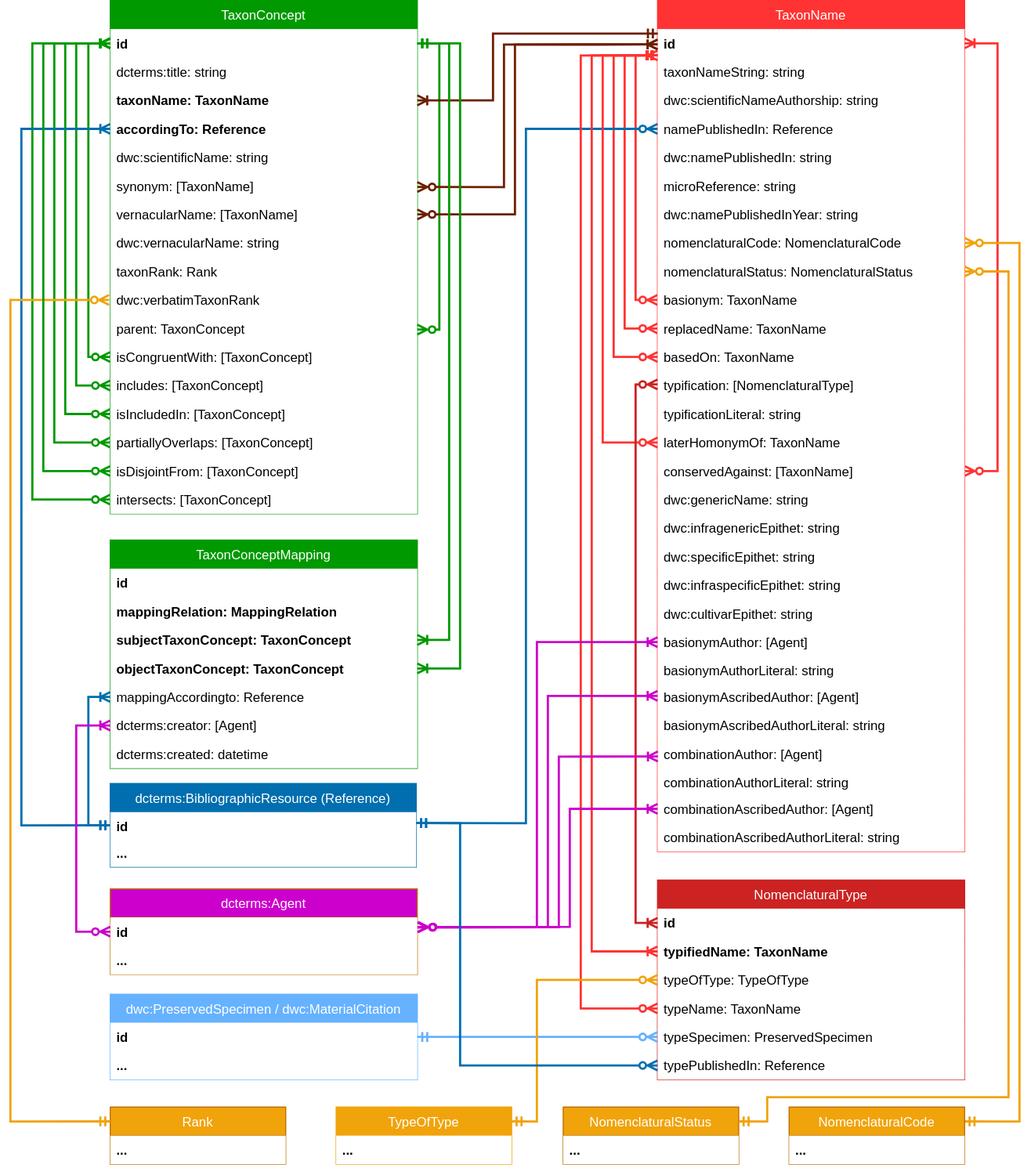
This is docs/media/tcs-diagram.drawio.svg from tdwg/tcs2, a draw.io export, as it was before one commit. Source tidied: cells renumbered, new cells last; positions are measured from the earlier drawing's top-left corner, leaving out a move shared by most shapes.
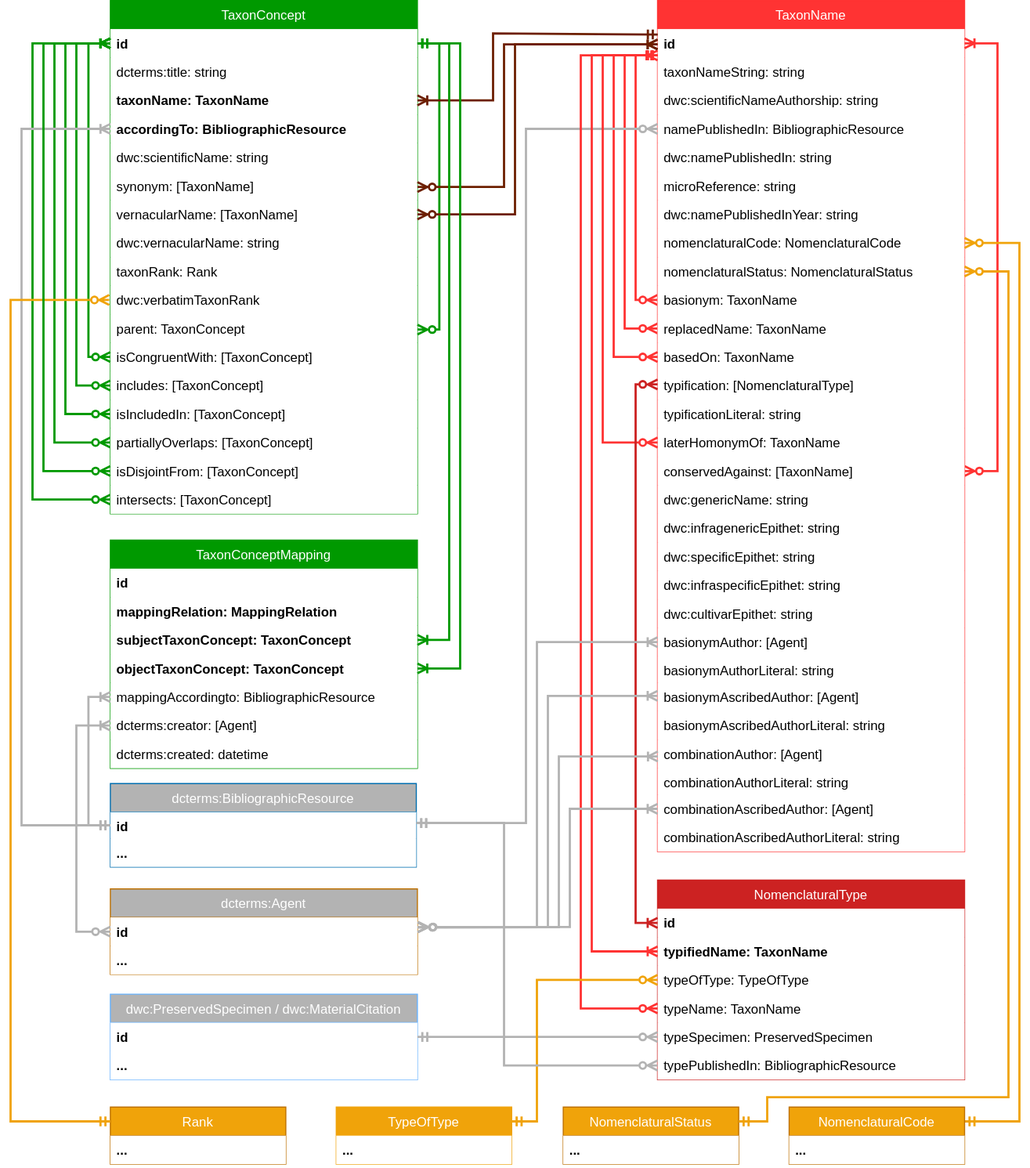
Above is the later version.

Diff of the diagram source:
```diff
@@ -14,7 +14,7 @@
     <mxCell id="5" value="taxonName: TaxonName" style="text;strokeColor=none;align=left;verticalAlign=top;spacingLeft=4;spacingRight=4;overflow=hidden;points=[[0,0.5],[1,0.5]];portConstraint=eastwest;fillColor=#ffffff;fontStyle=1;" parent="2" vertex="1">
       <mxGeometry y="78" width="280" height="26" as="geometry" />
     </mxCell>
-    <mxCell id="6" value="accordingTo: Reference" style="text;strokeColor=none;align=left;verticalAlign=top;spacingLeft=4;spacingRight=4;overflow=hidden;fillColor=#ffffff;fontStyle=1;" parent="2" vertex="1">
+    <mxCell id="6" value="accordingTo: BibliographicResource" style="text;strokeColor=none;align=left;verticalAlign=top;spacingLeft=4;spacingRight=4;overflow=hidden;fillColor=#ffffff;fontStyle=1;" parent="2" vertex="1">
       <mxGeometry y="104" width="280" height="26" as="geometry" />
     </mxCell>
     <mxCell id="7" value="dwc:scientificName: string" style="text;strokeColor=none;align=left;verticalAlign=top;spacingLeft=4;spacingRight=4;overflow=hidden;fillColor=#ffffff;" parent="2" vertex="1">
@@ -117,7 +117,7 @@
     <mxCell id="29" value="dwc:scientificNameAuthorship: string" style="text;strokeColor=none;align=left;verticalAlign=top;spacingLeft=4;spacingRight=4;overflow=hidden;fillColor=#ffffff;" parent="26" vertex="1">
       <mxGeometry y="78" width="280" height="26" as="geometry" />
     </mxCell>
-    <mxCell id="30" value="namePublishedIn: Reference" style="text;strokeColor=none;align=left;verticalAlign=top;spacingLeft=4;spacingRight=4;overflow=hidden;points=[[0,0.5],[1,0.5]];portConstraint=eastwest;fillColor=#ffffff;" parent="26" vertex="1">
+    <mxCell id="30" value="namePublishedIn: BibliographicResource" style="text;strokeColor=none;align=left;verticalAlign=top;spacingLeft=4;spacingRight=4;overflow=hidden;points=[[0,0.5],[1,0.5]];portConstraint=eastwest;fillColor=#ffffff;" parent="26" vertex="1">
       <mxGeometry y="104" width="280" height="26" as="geometry" />
     </mxCell>
     <mxCell id="31" value="dwc:namePublishedIn: string" style="text;strokeColor=none;align=left;verticalAlign=top;spacingLeft=4;spacingRight=4;overflow=hidden;fillColor=#ffffff;" parent="26" vertex="1">
@@ -229,7 +229,7 @@
     <mxCell id="59" value="combinationAscribedAuthorLiteral: string" style="text;strokeColor=none;align=left;verticalAlign=top;spacingLeft=4;spacingRight=4;overflow=hidden;fillColor=#ffffff;" parent="26" vertex="1">
       <mxGeometry y="750" width="280" height="26" as="geometry" />
     </mxCell>
-    <mxCell id="60" value="dwc:PreservedSpecimen / dwc:MaterialCitation" style="swimlane;fontStyle=0;horizontal=1;startSize=26;fillColor=#66B2FF;strokeWidth=1;fontColor=#ffffff;strokeColor=#66B2FF;" parent="1" vertex="1">
+    <mxCell id="60" value="dwc:PreservedSpecimen / dwc:MaterialCitation" style="swimlane;fontStyle=0;horizontal=1;startSize=26;fillColor=#B3B3B3;strokeWidth=1;fontColor=#ffffff;strokeColor=#66B2FF;" parent="1" vertex="1">
       <mxGeometry x="91" y="906" width="280" height="78" as="geometry" />
     </mxCell>
     <mxCell id="61" value="id" style="text;strokeColor=none;align=left;verticalAlign=top;spacingLeft=4;spacingRight=4;overflow=hidden;fontStyle=1;fillColor=#ffffff;" parent="60" vertex="1">
@@ -256,7 +256,7 @@
     <mxCell id="68" value="typeSpecimen: PreservedSpecimen" style="text;strokeColor=none;align=left;verticalAlign=top;spacingLeft=4;spacingRight=4;overflow=hidden;points=[[0,0.5],[1,0.5]];portConstraint=eastwest;fillColor=#ffffff;" parent="63" vertex="1">
       <mxGeometry y="130" width="280" height="26" as="geometry" />
     </mxCell>
-    <mxCell id="69" value="typePublishedIn: Reference" style="text;strokeColor=none;align=left;verticalAlign=top;spacingLeft=4;spacingRight=4;overflow=hidden;points=[[0,0.5],[1,0.5]];portConstraint=eastwest;fillColor=#ffffff;" parent="63" vertex="1">
+    <mxCell id="69" value="typePublishedIn: BibliographicResource" style="text;strokeColor=none;align=left;verticalAlign=top;spacingLeft=4;spacingRight=4;overflow=hidden;points=[[0,0.5],[1,0.5]];portConstraint=eastwest;fillColor=#ffffff;" parent="63" vertex="1">
       <mxGeometry y="156" width="280" height="26" as="geometry" />
     </mxCell>
     <mxCell id="70" value="Rank" style="swimlane;fontStyle=0;horizontal=1;startSize=26;fillColor=#f0a30a;strokeWidth=1;fontSize=12;strokeColor=#BD7000;fontColor=#ffffff;" parent="1" vertex="1">
@@ -287,7 +287,7 @@
         </Array>
       </mxGeometry>
     </mxCell>
-    <mxCell id="77" style="edgeStyle=orthogonalEdgeStyle;rounded=0;jettySize=auto;html=1;entryX=0;entryY=0.5;entryDx=0;entryDy=0;startArrow=ERoneToMany;endArrow=ERmandOne;strokeColor=#006EAF;strokeWidth=2;exitX=0;exitY=0.25;exitDx=0;exitDy=0;startFill=0;" parent="1" edge="1" source="2" target="83">
+    <mxCell id="77" style="edgeStyle=orthogonalEdgeStyle;rounded=0;jettySize=auto;html=1;entryX=0;entryY=0.5;entryDx=0;entryDy=0;startArrow=ERoneToMany;endArrow=ERmandOne;strokeColor=#B3B3B3;strokeWidth=2;exitX=0;exitY=0.25;exitDx=0;exitDy=0;startFill=0;" parent="1" edge="1" source="2" target="83">
       <mxGeometry relative="1" as="geometry">
         <Array as="points">
           <mxPoint x="10" y="117" />
@@ -295,7 +295,7 @@
         </Array>
       </mxGeometry>
     </mxCell>
-    <mxCell id="78" style="edgeStyle=orthogonalEdgeStyle;rounded=0;jettySize=auto;html=1;startArrow=ERzeroToMany;endArrow=ERmandOne;exitX=0;exitY=0.5;exitDx=0;exitDy=0;strokeColor=#006EAF;strokeWidth=2;" parent="1" edge="1" source="30">
+    <mxCell id="78" style="edgeStyle=orthogonalEdgeStyle;rounded=0;jettySize=auto;html=1;startArrow=ERzeroToMany;endArrow=ERmandOne;exitX=0;exitY=0.5;exitDx=0;exitDy=0;strokeColor=#B3B3B3;strokeWidth=2;" parent="1" edge="1" source="30">
       <mxGeometry relative="1" as="geometry">
         <mxPoint x="370" y="750" as="targetPoint" />
         <Array as="points">
@@ -322,7 +322,7 @@
         </Array>
       </mxGeometry>
     </mxCell>
-    <mxCell id="81" style="edgeStyle=orthogonalEdgeStyle;rounded=0;jettySize=auto;html=1;entryX=1;entryY=0.5;entryDx=0;entryDy=0;startArrow=ERzeroToMany;endArrow=ERmandOne;strokeColor=#66B2FF;strokeWidth=2;exitX=0;exitY=0.5;exitDx=0;exitDy=0;" parent="1" edge="1" source="68" target="60">
+    <mxCell id="81" style="edgeStyle=orthogonalEdgeStyle;rounded=0;jettySize=auto;html=1;entryX=1;entryY=0.5;entryDx=0;entryDy=0;startArrow=ERzeroToMany;endArrow=ERmandOne;strokeColor=#B3B3B3;strokeWidth=2;exitX=0;exitY=0.5;exitDx=0;exitDy=0;" parent="1" edge="1" source="68" target="60">
       <mxGeometry relative="1" as="geometry" />
     </mxCell>
     <mxCell id="82" style="edgeStyle=orthogonalEdgeStyle;rounded=0;jettySize=auto;html=1;strokeColor=#F0A30A;strokeWidth=2;endFill=0;startFill=0;startArrow=ERzeroToMany;endArrow=ERmandOne;entryX=1;entryY=0.25;entryDx=0;entryDy=0;exitX=0;exitY=0.5;exitDx=0;exitDy=0;" parent="1" edge="1" source="63" target="74">
@@ -333,7 +333,7 @@
         </Array>
       </mxGeometry>
     </mxCell>
-    <mxCell id="83" value="dcterms:BibliographicResource (Reference)" style="swimlane;fontStyle=0;horizontal=1;startSize=26;strokeWidth=1;strokeColor=#006EAF;fontColor=#ffffff;fillColor=#006EAF;" parent="1" vertex="1">
+    <mxCell id="83" value="dcterms:BibliographicResource" style="swimlane;fontStyle=0;horizontal=1;startSize=26;strokeWidth=1;strokeColor=#006EAF;fontColor=#ffffff;fillColor=#B3B3B3;" parent="1" vertex="1">
       <mxGeometry x="91" y="714" width="279" height="76" as="geometry" />
     </mxCell>
     <mxCell id="84" value="id" style="text;strokeColor=none;align=left;verticalAlign=top;spacingLeft=4;spacingRight=4;overflow=hidden;points=[[0,0.5],[1,0.5]];portConstraint=eastwest;fontStyle=1;fillColor=#ffffff;" parent="83" vertex="1">
@@ -409,7 +409,7 @@
     <mxCell id="97" value="objectTaxonConcept: TaxonConcept" style="text;strokeColor=none;align=left;verticalAlign=top;spacingLeft=4;spacingRight=4;overflow=hidden;points=[[0,0.5],[1,0.5]];portConstraint=eastwest;fillColor=#ffffff;fontStyle=1;" parent="93" vertex="1">
       <mxGeometry y="104" width="280" height="26" as="geometry" />
     </mxCell>
-    <mxCell id="98" value="mappingAccordingto: Reference" style="text;strokeColor=none;align=left;verticalAlign=top;spacingLeft=4;spacingRight=4;overflow=hidden;points=[[0,0.5],[1,0.5]];portConstraint=eastwest;fillColor=#ffffff;fontStyle=0;" parent="93" vertex="1">
+    <mxCell id="98" value="mappingAccordingto: BibliographicResource" style="text;strokeColor=none;align=left;verticalAlign=top;spacingLeft=4;spacingRight=4;overflow=hidden;points=[[0,0.5],[1,0.5]];portConstraint=eastwest;fillColor=#ffffff;fontStyle=0;" parent="93" vertex="1">
       <mxGeometry y="130" width="280" height="26" as="geometry" />
     </mxCell>
     <mxCell id="99" value="dcterms:creator: [Agent]" style="text;strokeColor=none;align=left;verticalAlign=top;spacingLeft=4;spacingRight=4;overflow=hidden;points=[[0,0.5],[1,0.5]];portConstraint=eastwest;fillColor=#ffffff;fontStyle=0;" parent="93" vertex="1">
@@ -434,7 +434,7 @@
         </Array>
       </mxGeometry>
     </mxCell>
-    <mxCell id="103" style="edgeStyle=orthogonalEdgeStyle;rounded=0;jettySize=auto;html=1;entryX=0;entryY=0.5;entryDx=0;entryDy=0;strokeColor=#006EAF;strokeWidth=2;startArrow=ERoneToMany;startFill=0;endArrow=ERmandOne;endFill=0;exitX=0;exitY=0.5;exitDx=0;exitDy=0;" parent="1" edge="1" source="98" target="84">
+    <mxCell id="103" style="edgeStyle=orthogonalEdgeStyle;rounded=0;jettySize=auto;html=1;entryX=0;entryY=0.5;entryDx=0;entryDy=0;strokeColor=#B3B3B3;strokeWidth=2;startArrow=ERoneToMany;startFill=0;endArrow=ERmandOne;endFill=0;exitX=0;exitY=0.5;exitDx=0;exitDy=0;" parent="1" edge="1" source="98" target="84">
       <mxGeometry relative="1" as="geometry">
         <Array as="points">
           <mxPoint x="71" y="635" />
@@ -469,7 +469,7 @@
         </Array>
       </mxGeometry>
     </mxCell>
-    <mxCell id="107" value="dcterms:Agent" style="swimlane;fontStyle=0;horizontal=1;startSize=26;fillColor=#CC00CC;strokeWidth=1;fontColor=#FFFFFF;strokeColor=#BD7000;" parent="1" vertex="1">
+    <mxCell id="107" value="dcterms:Agent" style="swimlane;fontStyle=0;horizontal=1;startSize=26;fillColor=#B3B3B3;strokeWidth=1;fontColor=#FFFFFF;strokeColor=#BD7000;" parent="1" vertex="1">
       <mxGeometry x="91" y="810" width="280" height="78" as="geometry" />
     </mxCell>
     <mxCell id="108" value="id" style="text;strokeColor=none;align=left;verticalAlign=top;spacingLeft=4;spacingRight=4;overflow=hidden;points=[[0,0.5],[1,0.5]];portConstraint=eastwest;fontStyle=1;fillColor=#ffffff;" parent="107" vertex="1">
@@ -478,7 +478,7 @@
     <mxCell id="109" value="..." style="text;strokeColor=none;align=left;verticalAlign=top;spacingLeft=4;spacingRight=4;overflow=hidden;fontStyle=1;fillColor=#ffffff;" parent="107" vertex="1">
       <mxGeometry y="52" width="280" height="26" as="geometry" />
     </mxCell>
-    <mxCell id="110" style="edgeStyle=orthogonalEdgeStyle;rounded=0;jettySize=auto;html=1;strokeWidth=2;strokeColor=#CC00CC;startArrow=ERoneToMany;endArrow=ERzeroToMany;exitX=0;exitY=0.5;exitDx=0;exitDy=0;endFill=0;startFill=0;entryX=1.002;entryY=0.379;entryDx=0;entryDy=0;entryPerimeter=0;" parent="1" edge="1" source="52">
+    <mxCell id="110" style="edgeStyle=orthogonalEdgeStyle;rounded=0;jettySize=auto;html=1;strokeWidth=2;strokeColor=#B3B3B3;startArrow=ERoneToMany;endArrow=ERzeroToMany;exitX=0;exitY=0.5;exitDx=0;exitDy=0;endFill=0;startFill=0;entryX=1.002;entryY=0.379;entryDx=0;entryDy=0;entryPerimeter=0;" parent="1" edge="1" source="52">
       <mxGeometry relative="1" as="geometry">
         <mxPoint x="371.6" y="844.9" as="targetPoint" />
         <Array as="points">
@@ -487,7 +487,7 @@
         </Array>
       </mxGeometry>
     </mxCell>
-    <mxCell id="111" style="edgeStyle=orthogonalEdgeStyle;rounded=0;jettySize=auto;html=1;strokeWidth=2;strokeColor=#CC00CC;startArrow=ERoneToMany;endArrow=ERzeroToMany;exitX=0;exitY=0.5;exitDx=0;exitDy=0;endFill=0;startFill=0;entryX=1.001;entryY=0.347;entryDx=0;entryDy=0;entryPerimeter=0;" parent="1" edge="1" target="108">
+    <mxCell id="111" style="edgeStyle=orthogonalEdgeStyle;rounded=0;jettySize=auto;html=1;strokeWidth=2;strokeColor=#B3B3B3;startArrow=ERoneToMany;endArrow=ERzeroToMany;exitX=0;exitY=0.5;exitDx=0;exitDy=0;endFill=0;startFill=0;entryX=1.001;entryY=0.347;entryDx=0;entryDy=0;entryPerimeter=0;" parent="1" edge="1" target="108">
       <mxGeometry relative="1" as="geometry">
         <mxPoint x="590" y="634" as="sourcePoint" />
         <Array as="points">
@@ -496,7 +496,7 @@
         </Array>
       </mxGeometry>
     </mxCell>
-    <mxCell id="112" style="edgeStyle=orthogonalEdgeStyle;rounded=0;jettySize=auto;html=1;strokeWidth=2;strokeColor=#CC00CC;startArrow=ERoneToMany;endArrow=ERzeroToMany;exitX=0.001;exitY=0.587;exitDx=0;exitDy=0;endFill=0;startFill=0;exitPerimeter=0;entryX=1.001;entryY=0.347;entryDx=0;entryDy=0;entryPerimeter=0;" parent="1" edge="1" source="56" target="108">
+    <mxCell id="112" style="edgeStyle=orthogonalEdgeStyle;rounded=0;jettySize=auto;html=1;strokeWidth=2;strokeColor=#B3B3B3;startArrow=ERoneToMany;endArrow=ERzeroToMany;exitX=0.001;exitY=0.587;exitDx=0;exitDy=0;endFill=0;startFill=0;exitPerimeter=0;entryX=1.001;entryY=0.347;entryDx=0;entryDy=0;entryPerimeter=0;" parent="1" edge="1" source="56" target="108">
       <mxGeometry relative="1" as="geometry">
         <Array as="points">
           <mxPoint x="500" y="689" />
@@ -504,7 +504,7 @@
         </Array>
       </mxGeometry>
     </mxCell>
-    <mxCell id="113" style="edgeStyle=orthogonalEdgeStyle;rounded=0;jettySize=auto;html=1;strokeWidth=2;strokeColor=#CC00CC;startArrow=ERoneToMany;endArrow=ERzeroToMany;exitX=0;exitY=0.5;exitDx=0;exitDy=0;endFill=0;startFill=0;entryX=1.003;entryY=0.336;entryDx=0;entryDy=0;entryPerimeter=0;" parent="1" edge="1" source="58" target="108">
+    <mxCell id="113" style="edgeStyle=orthogonalEdgeStyle;rounded=0;jettySize=auto;html=1;strokeWidth=2;strokeColor=#B3B3B3;startArrow=ERoneToMany;endArrow=ERzeroToMany;exitX=0;exitY=0.5;exitDx=0;exitDy=0;endFill=0;startFill=0;entryX=1.003;entryY=0.336;entryDx=0;entryDy=0;entryPerimeter=0;" parent="1" edge="1" source="58" target="108">
       <mxGeometry relative="1" as="geometry">
         <Array as="points">
           <mxPoint x="510" y="737" />
@@ -512,7 +512,7 @@
         </Array>
       </mxGeometry>
     </mxCell>
-    <mxCell id="114" style="edgeStyle=orthogonalEdgeStyle;rounded=0;jettySize=auto;html=1;strokeWidth=2;strokeColor=#CC00CC;startArrow=ERoneToMany;endArrow=ERzeroToMany;exitX=0;exitY=0.5;exitDx=0;exitDy=0;entryX=0;entryY=0.5;entryDx=0;entryDy=0;endFill=0;startFill=0;" parent="1" edge="1" source="99" target="107">
+    <mxCell id="114" style="edgeStyle=orthogonalEdgeStyle;rounded=0;jettySize=auto;html=1;strokeWidth=2;strokeColor=#B3B3B3;startArrow=ERoneToMany;endArrow=ERzeroToMany;exitX=0;exitY=0.5;exitDx=0;exitDy=0;entryX=0;entryY=0.5;entryDx=0;entryDy=0;endFill=0;startFill=0;" parent="1" edge="1" source="99" target="107">
       <mxGeometry relative="1" as="geometry">
         <Array as="points">
           <mxPoint x="60" y="661" />
@@ -520,12 +520,12 @@
         </Array>
       </mxGeometry>
     </mxCell>
-    <mxCell id="115" style="edgeStyle=orthogonalEdgeStyle;rounded=0;jettySize=auto;html=1;strokeColor=#006EAF;strokeWidth=2;startArrow=ERzeroToMany;startFill=0;endArrow=ERmandOne;endFill=0;exitX=0;exitY=0.5;exitDx=0;exitDy=0;entryX=1;entryY=0.5;entryDx=0;entryDy=0;" parent="1" edge="1" source="69">
+    <mxCell id="115" style="edgeStyle=orthogonalEdgeStyle;rounded=0;jettySize=auto;html=1;strokeColor=#B3B3B3;strokeWidth=2;startArrow=ERzeroToMany;startFill=0;endArrow=ERmandOne;endFill=0;exitX=0;exitY=0.5;exitDx=0;exitDy=0;entryX=1;entryY=0.5;entryDx=0;entryDy=0;" parent="1" edge="1" source="69">
       <mxGeometry relative="1" as="geometry">
         <mxPoint x="370" y="750" as="targetPoint" />
         <Array as="points">
-          <mxPoint x="410" y="971" />
-          <mxPoint x="410" y="750" />
+          <mxPoint x="450" y="971" />
+          <mxPoint x="450" y="750" />
         </Array>
       </mxGeometry>
     </mxCell>
```
